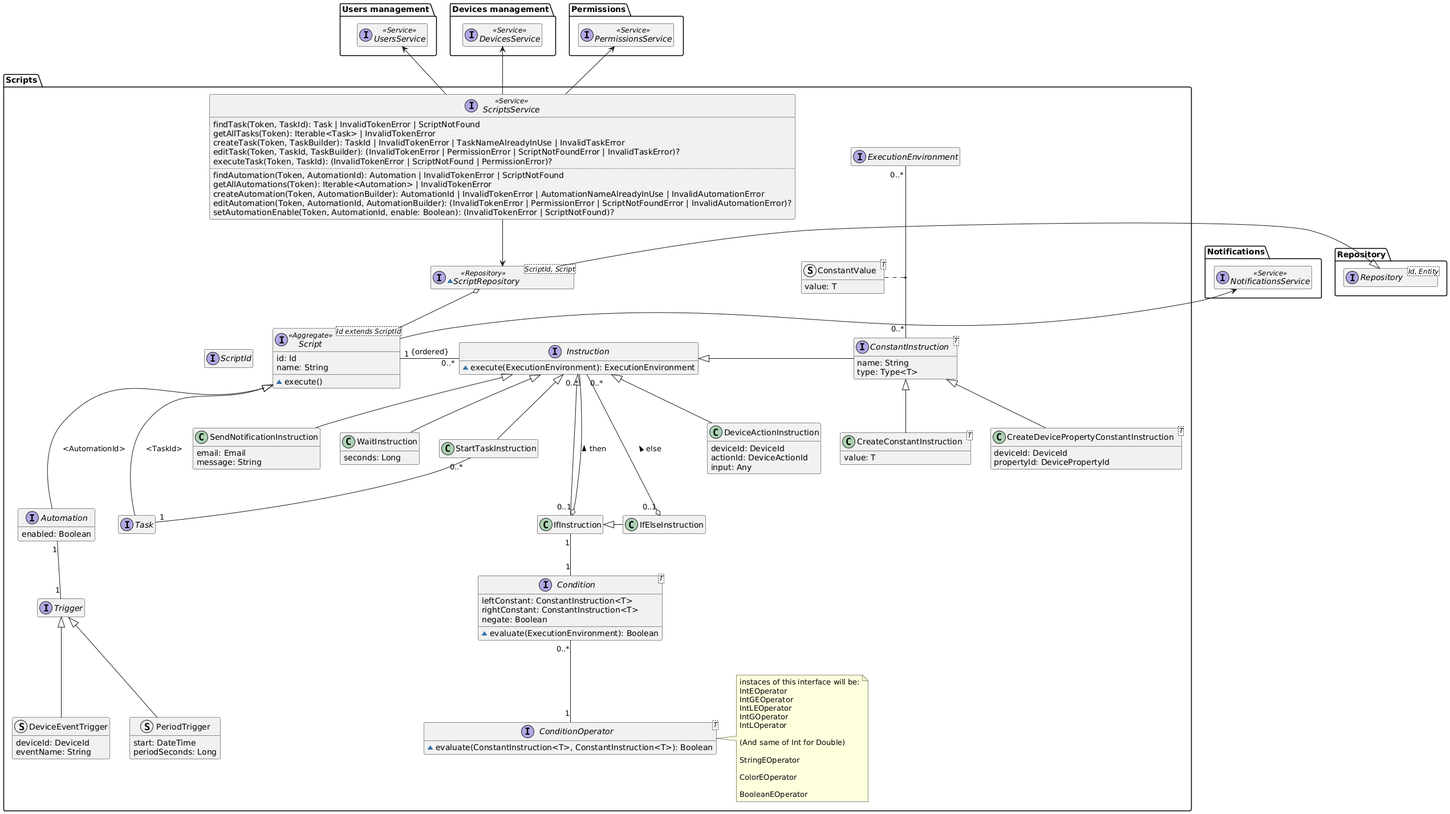
The PlantUML diagram diagrams/generated/scripts-domain-model.png in DomoticASW/.github, before a commit.
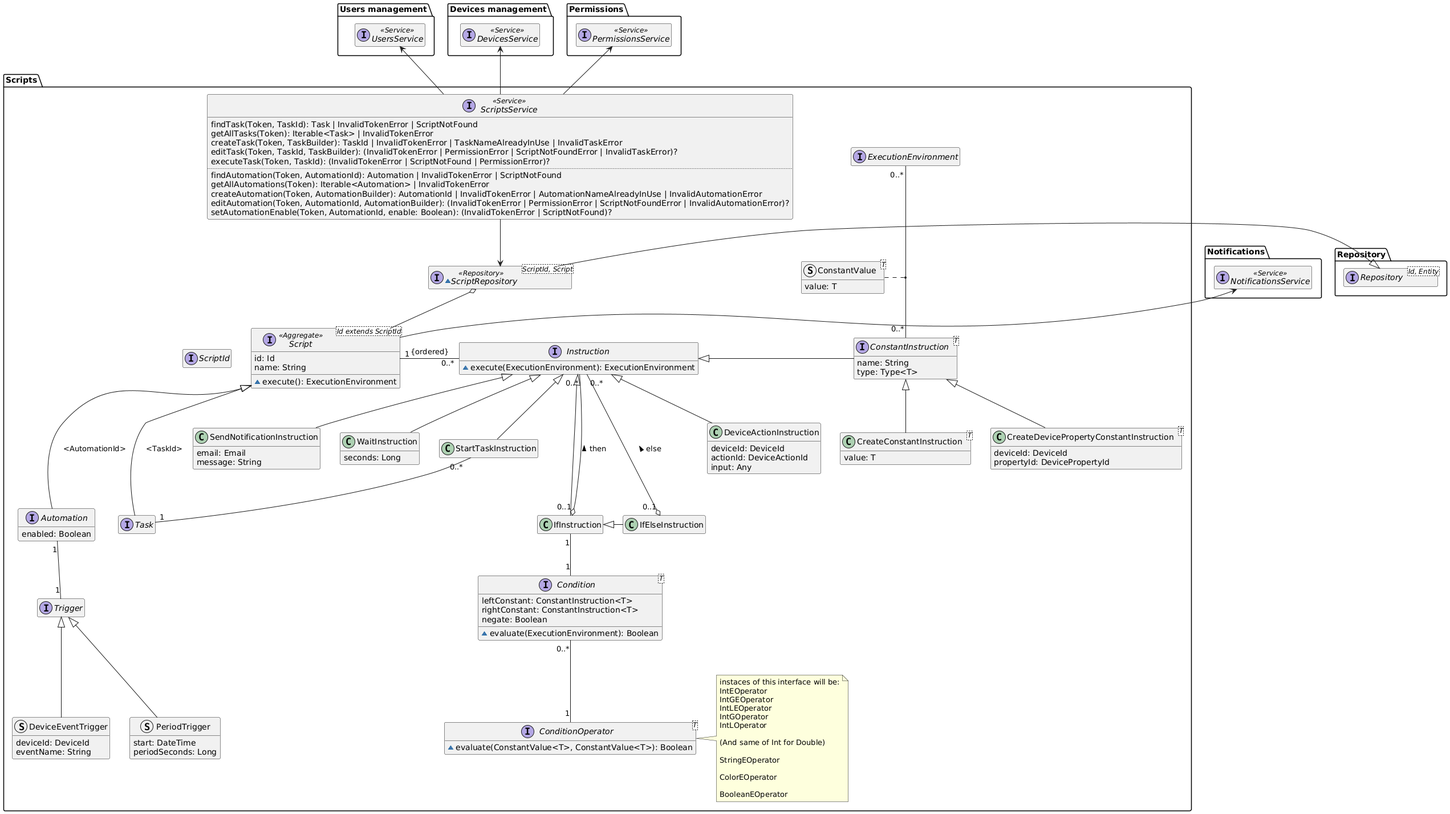
Later version of the same file.

What changed in the source:
```diff
@@ -28,7 +28,7 @@
     interface Script<Id extends ScriptId> <<Aggregate>> {
         id: Id
         name: String
-        ~execute()
+        ~execute(): ExecutionEnvironment
     }
 
     interface Task
@@ -94,7 +94,7 @@
     }
 
     interface ConditionOperator<T> {
-        ~evaluate(ConstantInstruction<T>, ConstantInstruction<T>): Boolean
+        ~evaluate(ConstantValue<T>, ConstantValue<T>): Boolean
     }
 
     note right of ConditionOperator
```
